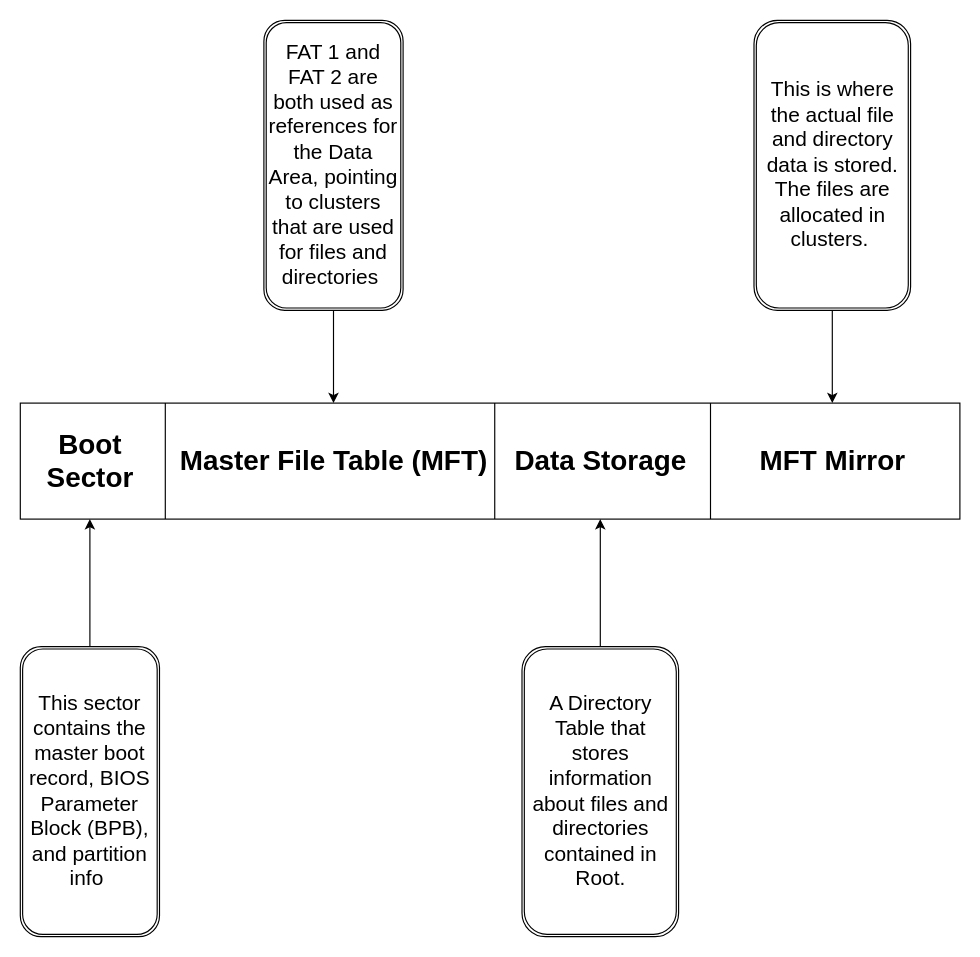
Earlier version of the draw.io diagram NTFS_Architecture_Diagram.drawio (jxcarlat/NTFS_FAT_File_Structure). Source tidied: cells renumbered, new cells numbered last; positions are measured from the earlier drawing's top-left corner, leaving out a move shared by most shapes. Both pictures are drawn from the tidied source at 116%, with x=0, y=0 at pixel (20, 20).
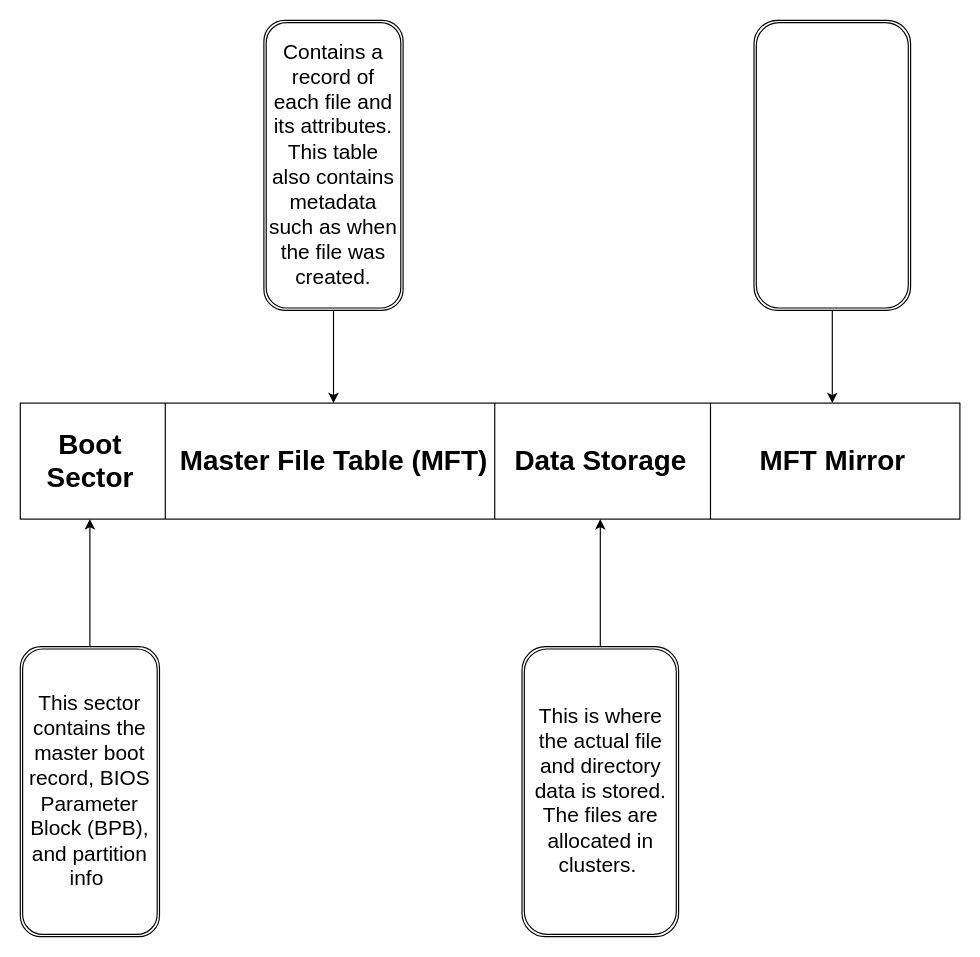
The same diagram, later.

The edit, as a diff of the source:
```diff
@@
 <mxGraphModel>
   <root>
     <mxCell id="0" />
     <mxCell id="1" parent="0" />
     <mxCell id="2" style="rounded=0;whiteSpace=wrap;html=1;" parent="1" vertex="1">
       <mxGeometry y="330" width="810" height="100" as="geometry" />
     </mxCell>
     <mxCell id="3" value="Boot&lt;br&gt;Sector" style="text;strokeColor=none;fillColor=none;html=1;fontSize=24;fontStyle=1;verticalAlign=middle;align=center;" parent="1" vertex="1">
       <mxGeometry x="10" y="330" width="100" height="100" as="geometry" />
     </mxCell>
     <mxCell id="4" style="line;strokeWidth=1;direction=south;html=1;" parent="1" vertex="1">
       <mxGeometry x="404" y="330" width="10" height="100" as="geometry" />
     </mxCell>
     <mxCell id="5" style="line;strokeWidth=1;direction=south;html=1;" parent="1" vertex="1">
       <mxGeometry x="590" y="330" width="10" height="100" as="geometry" />
     </mxCell>
     <mxCell id="6" value="Master File Table (MFT)" style="text;strokeColor=none;fillColor=none;html=1;fontSize=24;fontStyle=1;verticalAlign=middle;align=center;" parent="1" vertex="1">
       <mxGeometry x="130" y="330" width="280" height="100" as="geometry" />
     </mxCell>
     <mxCell id="7" style="line;strokeWidth=1;direction=south;html=1;" parent="1" vertex="1">
       <mxGeometry x="120" y="330" width="10" height="100" as="geometry" />
     </mxCell>
     <mxCell id="8" value="Data Storage" style="text;strokeColor=none;fillColor=none;html=1;fontSize=24;fontStyle=1;verticalAlign=middle;align=center;" parent="1" vertex="1">
       <mxGeometry x="410" y="330" width="180" height="100" as="geometry" />
     </mxCell>
     <mxCell id="9" value="MFT Mirror" style="text;strokeColor=none;fillColor=none;html=1;fontSize=24;fontStyle=1;verticalAlign=middle;align=center;" parent="1" vertex="1">
       <mxGeometry x="590" y="330" width="220" height="100" as="geometry" />
     </mxCell>
     <mxCell id="10" style="edgeStyle=orthogonalEdgeStyle;rounded=0;jettySize=auto;html=1;entryX=0.5;entryY=1;entryDx=0;entryDy=0;" parent="1" edge="1" source="11" target="3">
       <mxGeometry relative="1" as="geometry" />
     </mxCell>
     <mxCell id="11" value="&lt;font style=&quot;font-size: 18px&quot;&gt;This sector contains the master boot record, BIOS Parameter Block (BPB), and partition info&amp;nbsp;&lt;/font&gt;" style="shape=ext;double=1;rounded=1;whiteSpace=wrap;html=1;strokeWidth=1;" parent="1" vertex="1">
       <mxGeometry y="540" width="120" height="250" as="geometry" />
     </mxCell>
     <mxCell id="12" style="edgeStyle=orthogonalEdgeStyle;rounded=0;jettySize=auto;html=1;entryX=0.5;entryY=0;entryDx=0;entryDy=0;" parent="1" edge="1" source="13" target="6">
       <mxGeometry relative="1" as="geometry" />
     </mxCell>
-    <mxCell id="13" value="&lt;font style=&quot;font-size: 18px&quot;&gt;FAT 1 and FAT 2 are both used as references for the Data Area, pointing to clusters that are used for files and directories&amp;nbsp;&lt;/font&gt;" style="shape=ext;double=1;rounded=1;whiteSpace=wrap;html=1;strokeWidth=1;" parent="1" vertex="1">
+    <mxCell id="13" value="&lt;font style=&quot;font-size: 18px&quot;&gt;Contains a record of each file and its attributes. This table also contains metadata such as when the file was created.&lt;/font&gt;" style="shape=ext;double=1;rounded=1;whiteSpace=wrap;html=1;strokeWidth=1;" parent="1" vertex="1">
       <mxGeometry x="210" width="120" height="250" as="geometry" />
     </mxCell>
     <mxCell id="14" style="edgeStyle=orthogonalEdgeStyle;rounded=0;jettySize=auto;html=1;entryX=0.5;entryY=1;entryDx=0;entryDy=0;" parent="1" edge="1" source="15" target="8">
       <mxGeometry relative="1" as="geometry" />
     </mxCell>
-    <mxCell id="15" value="&lt;span style=&quot;font-size: 18px&quot;&gt;A Directory Table that stores information about files and directories contained in Root.&lt;/span&gt;" style="shape=ext;double=1;rounded=1;whiteSpace=wrap;html=1;strokeWidth=1;" parent="1" vertex="1">
+    <mxCell id="15" value="&lt;span style=&quot;font-size: 18px&quot;&gt;This is where the actual file and directory data is stored. The files are allocated in clusters.&amp;nbsp;&lt;/span&gt;" style="shape=ext;double=1;rounded=1;whiteSpace=wrap;html=1;strokeWidth=1;" parent="1" vertex="1">
       <mxGeometry x="432.5" y="540" width="135" height="250" as="geometry" />
     </mxCell>
     <mxCell id="16" style="edgeStyle=orthogonalEdgeStyle;rounded=0;jettySize=auto;html=1;entryX=0.5;entryY=0;entryDx=0;entryDy=0;" parent="1" edge="1" source="17" target="9">
       <mxGeometry relative="1" as="geometry" />
     </mxCell>
-    <mxCell id="17" value="&lt;span style=&quot;font-size: 18px&quot;&gt;This is where the actual file and directory data is stored. The files are allocated in clusters.&amp;nbsp;&lt;/span&gt;" style="shape=ext;double=1;rounded=1;whiteSpace=wrap;html=1;strokeWidth=1;" parent="1" vertex="1">
+    <mxCell id="17" style="shape=ext;double=1;rounded=1;whiteSpace=wrap;html=1;strokeWidth=1;" parent="1" vertex="1">
       <mxGeometry x="632.5" width="135" height="250" as="geometry" />
     </mxCell>
   </root>
 </mxGraphModel>
```
